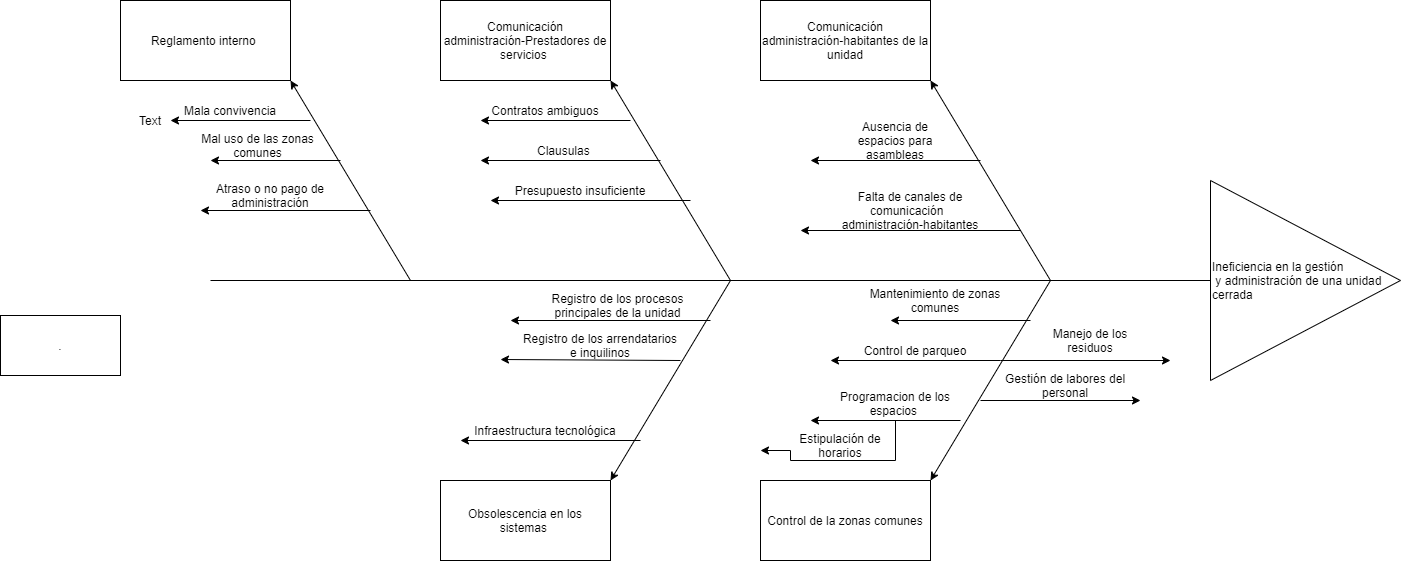
Before: Untitled Diagram.png, a diagram exported from draw.io (mnivia/Administracion-unidades-cerradas). Source tidied: cells renumbered, new cells last; positions are measured from the earlier drawing's top-left corner, leaving out a move shared by most shapes.
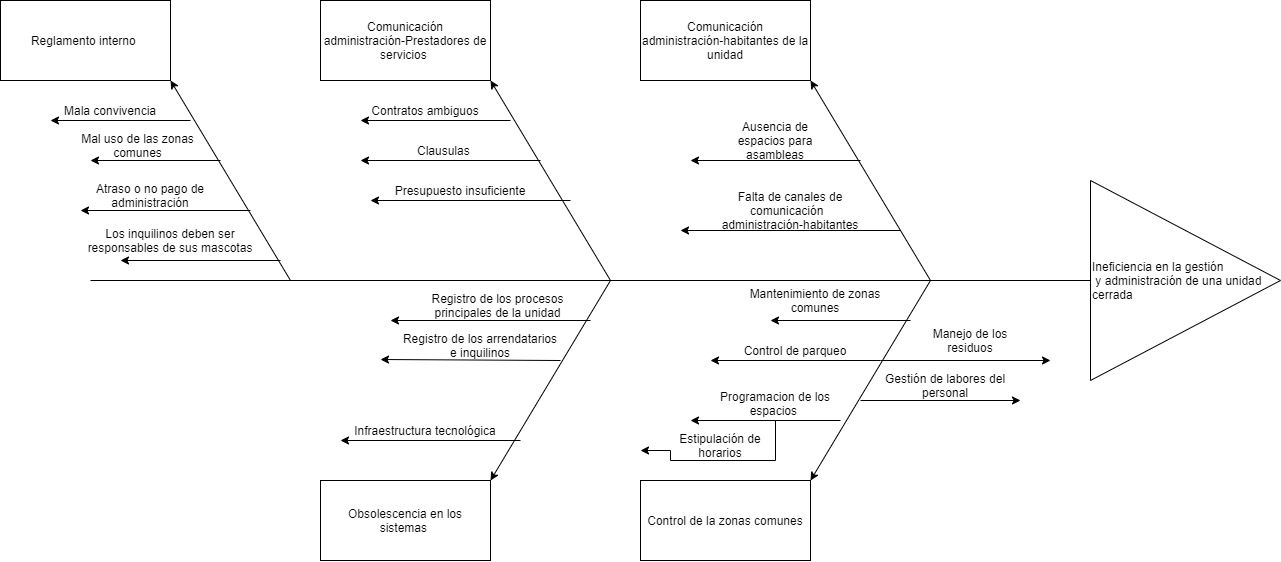
After the commit.

Diff of the diagram source:
```diff
@@ -69,14 +69,12 @@
     <mxCell id="17" value="Reglamento interno&amp;nbsp;" style="rounded=0;whiteSpace=wrap;html=1;" parent="1" vertex="1">
       <mxGeometry x="120" width="170" height="80" as="geometry" />
     </mxCell>
-    <mxCell id="18" style="endArrow=classic;html=1;" parent="1" edge="1" target="19">
+    <mxCell id="18" style="endArrow=classic;html=1;" parent="1" edge="1">
       <mxGeometry relative="1" as="geometry">
         <mxPoint x="310" y="120" as="sourcePoint" />
+        <mxPoint x="170" y="120" as="targetPoint" />
       </mxGeometry>
     </mxCell>
-    <mxCell id="19" value="Text" style="text;html=1;strokeColor=none;fillColor=none;align=center;verticalAlign=middle;whiteSpace=wrap;rounded=0;" parent="1" vertex="1">
-      <mxGeometry x="130" y="110" width="40" height="20" as="geometry" />
-    </mxCell>
     <mxCell id="20" value="Mala convivencia" style="text;html=1;strokeColor=none;fillColor=none;align=center;verticalAlign=middle;whiteSpace=wrap;rounded=0;" parent="1" vertex="1">
       <mxGeometry x="170" y="100" width="120" height="20" as="geometry" />
     </mxCell>
@@ -209,8 +207,14 @@
         <mxPoint x="1140" y="400" as="targetPoint" />
       </mxGeometry>
     </mxCell>
-    <mxCell id="49" value="." style="rounded=0;whiteSpace=wrap;html=1;" parent="1" vertex="1">
-      <mxGeometry y="315" width="120" height="60" as="geometry" />
-    </mxCell>
+    <mxCell id="50" style="endArrow=classic;html=1;" parent="1" edge="1">
+      <mxGeometry relative="1" as="geometry">
+        <mxPoint x="400" y="260" as="sourcePoint" />
+        <mxPoint x="240" y="260" as="targetPoint" />
+      </mxGeometry>
+    </mxCell>
+    <mxCell id="51" value="Los inquilinos deben ser responsables de sus mascotas" style="text;html=1;strokeColor=none;fillColor=none;align=center;verticalAlign=middle;whiteSpace=wrap;rounded=0;" parent="1" vertex="1">
+      <mxGeometry x="200" y="230" width="180" height="20" as="geometry" />
+    </mxCell>
   </root>
 </mxGraphModel>
```
